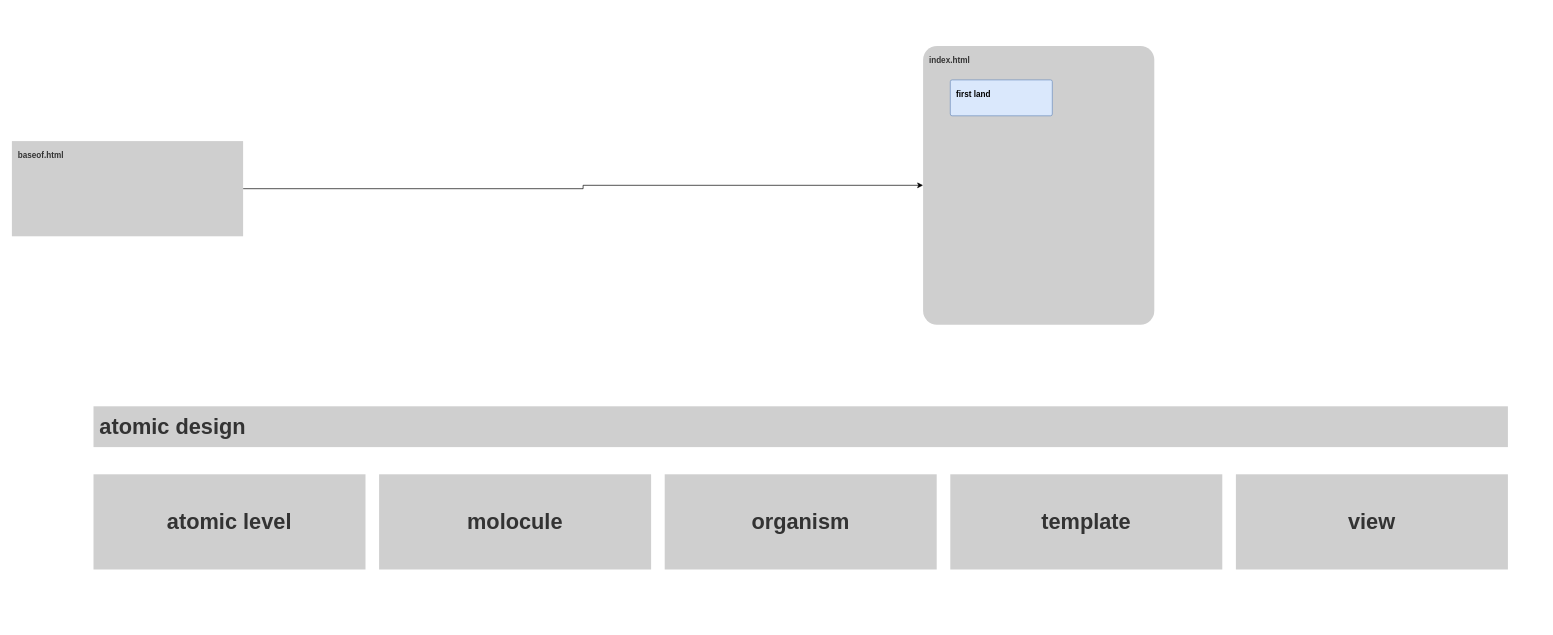
Above: hugo-theme-dev.drawio in umamiMike/technical-mess-diagrams (draw.io), before the change. Source tidied: cells renumbered, new cells numbered last; positions are measured from the earlier drawing's top-left corner, leaving out a move shared by most shapes. Both pictures are drawn from the tidied source at 68%, with x=0, y=0 at pixel (12, 46).
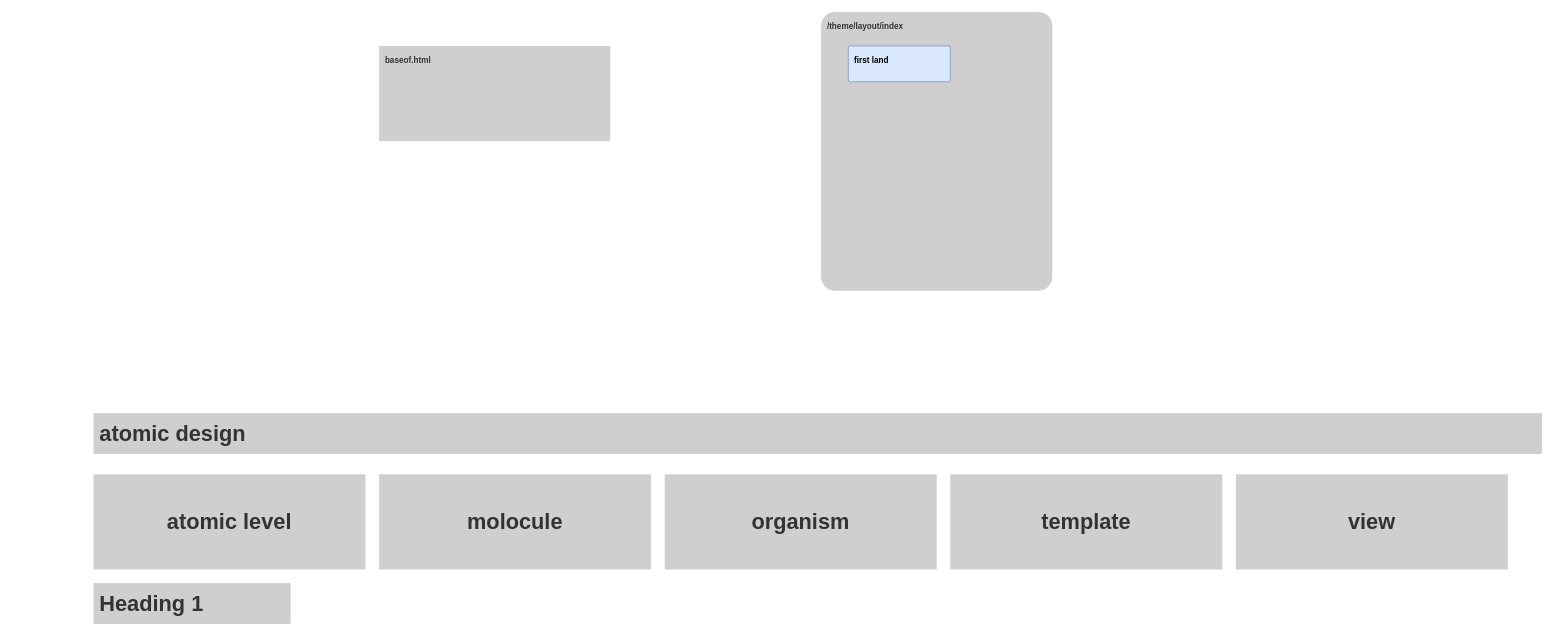
The same page after the edit.

The edit, as a diff of the source:
```diff
@@
 <mxGraphModel>
   <root>
     <mxCell id="0" />
     <mxCell id="1" parent="0" />
-    <mxCell id="2" value="index.html" style="rounded=1;whiteSpace=wrap;html=1;fillColor=#CFCFCF;strokeColor=none;fontColor=#333333;fontStyle=1;spacing=9;arcSize=6;align=left;verticalAlign=top;" parent="1" vertex="1">
-      <mxGeometry x="1340" width="340" height="410" as="geometry" />
+    <mxCell id="2" value="/theme/layout/index" style="rounded=1;whiteSpace=wrap;html=1;fillColor=#CFCFCF;strokeColor=none;fontColor=#333333;fontStyle=1;spacing=9;arcSize=6;align=left;verticalAlign=top;" parent="1" vertex="1">
+      <mxGeometry x="1190" y="-50" width="340" height="410" as="geometry" />
     </mxCell>
     <mxCell id="3" value="first land" style="rounded=1;whiteSpace=wrap;html=1;strokeColor=#6c8ebf;fontStyle=1;spacing=9;align=left;verticalAlign=top;arcSize=5;fillColor=#dae8fc;" parent="2" vertex="1">
       <mxGeometry x="40" y="50" width="150" height="52.8" as="geometry" />
     </mxCell>
-    <mxCell id="4" style="edgeStyle=orthogonalEdgeStyle;rounded=0;jettySize=auto;html=1;" parent="1" edge="1" source="5" target="2">
-      <mxGeometry relative="1" as="geometry" />
-    </mxCell>
     <mxCell id="5" value="baseof.html" style="rounded=0;whiteSpace=wrap;html=1;fillColor=#CFCFCF;strokeColor=none;fontColor=#333333;fontStyle=1;spacing=9;arcSize=2;align=left;verticalAlign=top;" parent="1" vertex="1">
-      <mxGeometry y="140" width="340" height="140" as="geometry" />
+      <mxGeometry x="540" width="340" height="140" as="geometry" />
     </mxCell>
     <mxCell id="6" value="atomic level" style="rounded=0;whiteSpace=wrap;html=1;fillColor=#CFCFCF;strokeColor=none;fontColor=#333333;fontStyle=1;spacing=9;arcSize=2;align=center;verticalAlign=middle;fontSize=32;" parent="1" vertex="1">
       <mxGeometry x="120" y="630" width="400" height="140" as="geometry" />
     </mxCell>
     <mxCell id="7" value="molocule" style="rounded=0;whiteSpace=wrap;html=1;fillColor=#CFCFCF;strokeColor=none;fontColor=#333333;fontStyle=1;spacing=9;arcSize=2;align=center;verticalAlign=middle;fontSize=32;" parent="1" vertex="1">
       <mxGeometry x="540" y="630" width="400" height="140" as="geometry" />
     </mxCell>
     <mxCell id="8" value="organism" style="rounded=0;whiteSpace=wrap;html=1;fillColor=#CFCFCF;strokeColor=none;fontColor=#333333;fontStyle=1;spacing=9;arcSize=2;align=center;verticalAlign=middle;fontSize=32;" parent="1" vertex="1">
       <mxGeometry x="960" y="630" width="400" height="140" as="geometry" />
     </mxCell>
     <mxCell id="9" value="template" style="rounded=0;whiteSpace=wrap;html=1;fillColor=#CFCFCF;strokeColor=none;fontColor=#333333;fontStyle=1;spacing=9;arcSize=2;align=center;verticalAlign=middle;fontSize=32;" parent="1" vertex="1">
       <mxGeometry x="1380" y="630" width="400" height="140" as="geometry" />
     </mxCell>
     <mxCell id="10" value="view" style="rounded=0;whiteSpace=wrap;html=1;fillColor=#CFCFCF;strokeColor=none;fontColor=#333333;fontStyle=1;spacing=9;arcSize=2;align=center;verticalAlign=middle;fontSize=32;" parent="1" vertex="1">
       <mxGeometry x="1800" y="630" width="400" height="140" as="geometry" />
     </mxCell>
     <mxCell id="11" value="atomic design" style="rounded=0;whiteSpace=wrap;html=1;fillColor=#CFCFCF;strokeColor=none;fontColor=#333333;fontStyle=1;spacing=9;arcSize=2;align=left;verticalAlign=middle;fontSize=32;" parent="1" vertex="1">
-      <mxGeometry x="120" y="530" width="2080" height="60" as="geometry" />
+      <mxGeometry x="120" y="540" width="2130" height="60" as="geometry" />
     </mxCell>
+    <mxCell id="12" value="Heading 1" style="rounded=0;whiteSpace=wrap;html=1;fillColor=#CFCFCF;strokeColor=none;fontColor=#333333;fontStyle=1;spacing=9;arcSize=2;align=left;verticalAlign=middle;fontSize=32;" parent="1" vertex="1">
+      <mxGeometry x="120" y="790" width="290" height="60" as="geometry" />
+    </mxCell>
   </root>
 </mxGraphModel>
```
